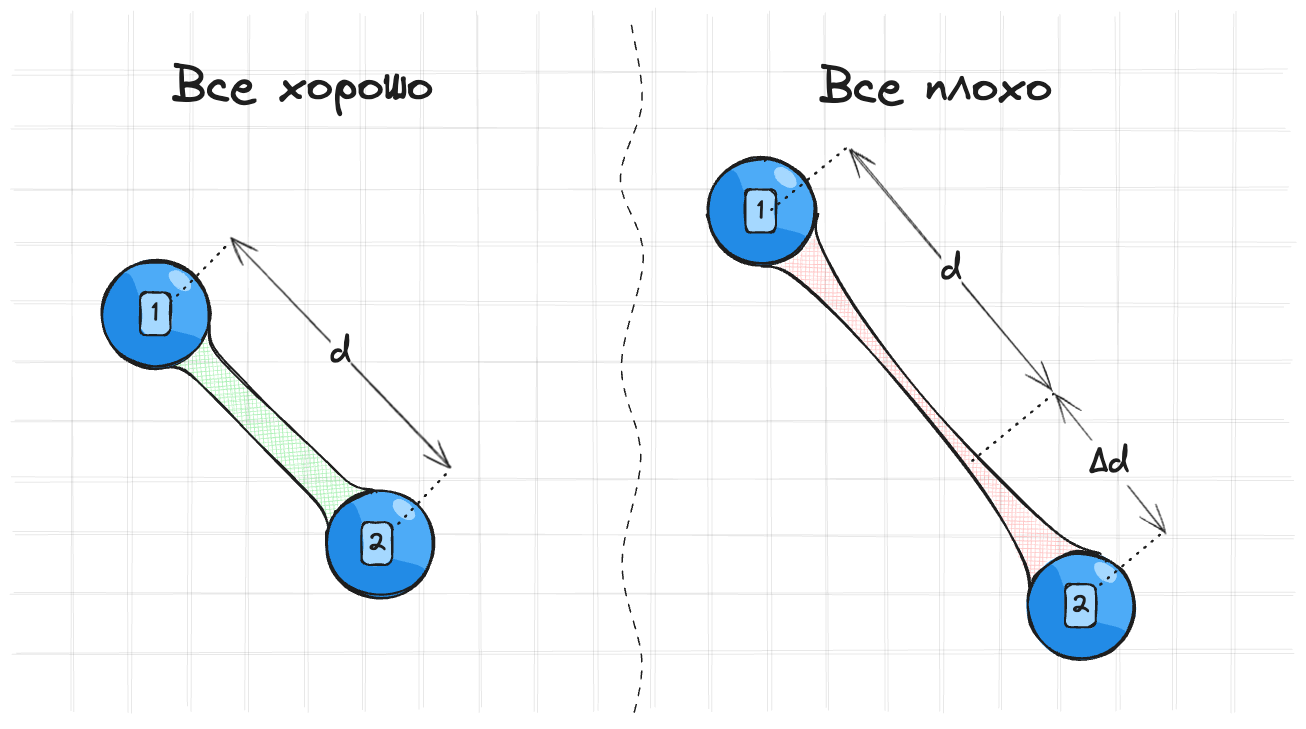
The Excalidraw diagram assets/images/constraints/hitman/stretch.excalidraw.png in kozakromch/game_physics_2, before a commit. Source tidied: one line per element, renumbered; positions are measured from the earlier drawing's top-left corner, leaving out a move shared by most shapes.
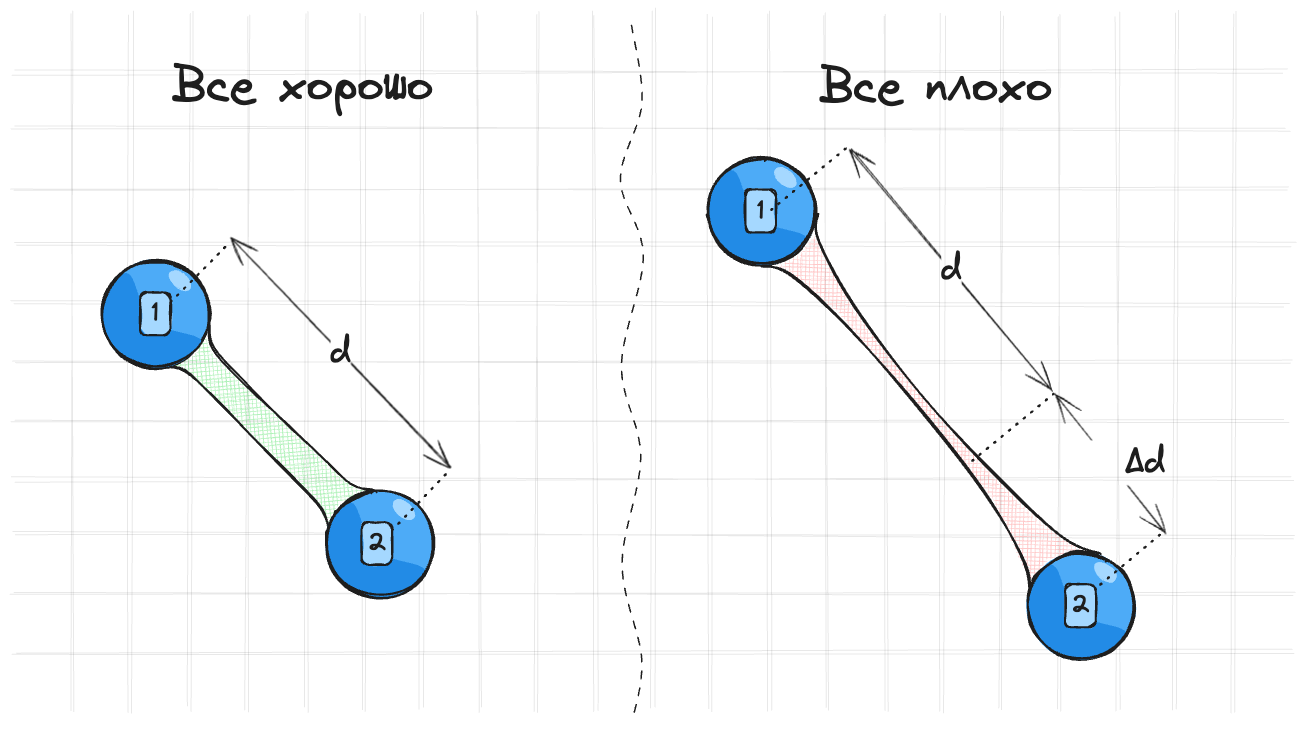
After the change.

Change to the diagram source:
```diff
@@ -45,7 +45,7 @@
 {"id": 44, "type": "text", "text": "d", "strokeColor": "#1e1e1e", "backgroundColor": "#a5d8ff", "fillStyle": "cross-hatch", "strokeWidth": 1, "strokeStyle": "dotted", "roughness": 1, "fontSize": 36, "fontFamily": 1, "textAlign": "center", "verticalAlign": "middle", "inside": 43, "x": 1102, "y": 264, "width": 20, "height": 45}
 {"id": 45, "type": "line", "strokeColor": "#1e1e1e", "backgroundColor": "#a5d8ff", "fillStyle": "cross-hatch", "strokeWidth": 2, "strokeStyle": "dotted", "roughness": 1, "round": true, "x": 1249, "y": 434, "width": 80, "height": 67, "points": [[0, 0], [80, -67]]}
 {"id": 46, "type": "arrow", "strokeColor": "#1e1e1e", "backgroundColor": "#a5d8ff", "fillStyle": "cross-hatch", "strokeWidth": 1, "roughness": 1, "startArrowhead": "arrow", "endArrowhead": "arrow", "round": true, "x": 1331, "y": 368, "width": 110, "height": 138, "points": [[0, 0], [110, 138]]}
-{"id": 47, "type": "text", "text": "∆d", "strokeColor": "#1e1e1e", "backgroundColor": "#a5d8ff", "fillStyle": "cross-hatch", "strokeWidth": 1, "strokeStyle": "dotted", "roughness": 1, "fontSize": 36, "fontFamily": 1, "textAlign": "center", "verticalAlign": "middle", "inside": 46, "x": 1366, "y": 414, "width": 39, "height": 45}
+{"id": 47, "type": "text", "text": "    ∆d", "strokeColor": "#1e1e1e", "backgroundColor": "#a5d8ff", "fillStyle": "cross-hatch", "strokeWidth": 1, "strokeStyle": "dotted", "roughness": 1, "fontSize": 36, "fontFamily": 1, "textAlign": "center", "verticalAlign": "middle", "inside": 46, "x": 1330, "y": 414, "width": 111, "height": 45}
 {"id": 48, "type": "ellipse", "strokeColor": "#1e1e1e", "angle": 4.84, "backgroundColor": "#4dabf7", "fillStyle": "solid", "strokeWidth": 2, "roughness": 1, "x": 378, "y": 234, "width": 108, "height": 108}
 {"id": 49, "type": "line", "strokeColor": "transparent", "angle": 0.53, "backgroundColor": "#228be6", "fillStyle": "solid", "strokeWidth": 1, "roughness": 0, "round": true, "x": 418, "y": 338, "width": 106, "height": 73, "points": [[0, 0], [-18, -5], [-31, -15], [-42, -32], [-46, -55], [-36, -73], [6, -44], [53, -53], [60, -46], [54, -27], [43, -13], [25, -2], [0, 0]]}
 {"id": 50, "type": "ellipse", "strokeColor": "#a5d8ff", "angle": 0.7, "backgroundColor": "#a5d8ff", "fillStyle": "solid", "strokeWidth": 1, "roughness": 1, "round": true, "x": 444, "y": 247, "width": 25, "height": 14}
```
